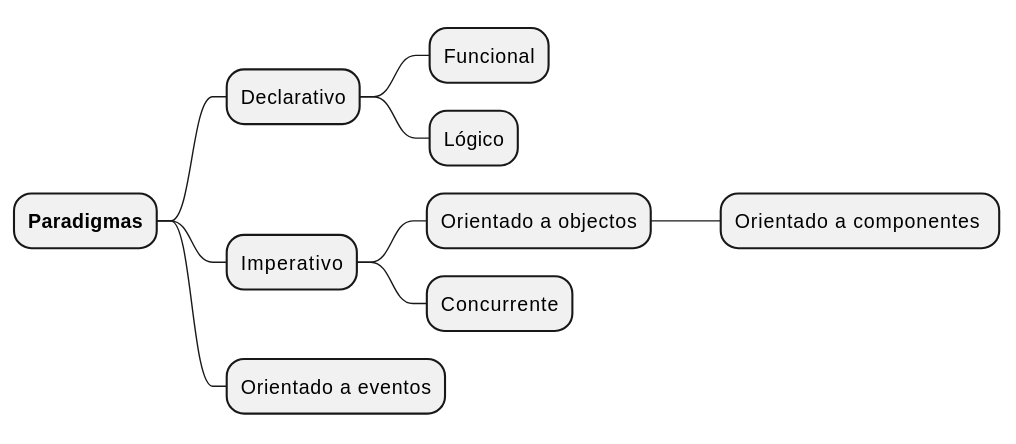
mmasias/23-24-prg1 keeps this PlantUML diagram as imagenes/modelosUML/paradigmas.svg. Above is the earlier version. Its diagram source:
```plantuml
@startmindmap

+ <b>Paradigmas</b>
++ Declarativo
+++ Funcional
+++ Lógico
++ Imperativo
+++ Orientado a objectos
++++ Orientado a componentes
+++ Concurrente
++ Orientado a eventos

@endmindmap
```
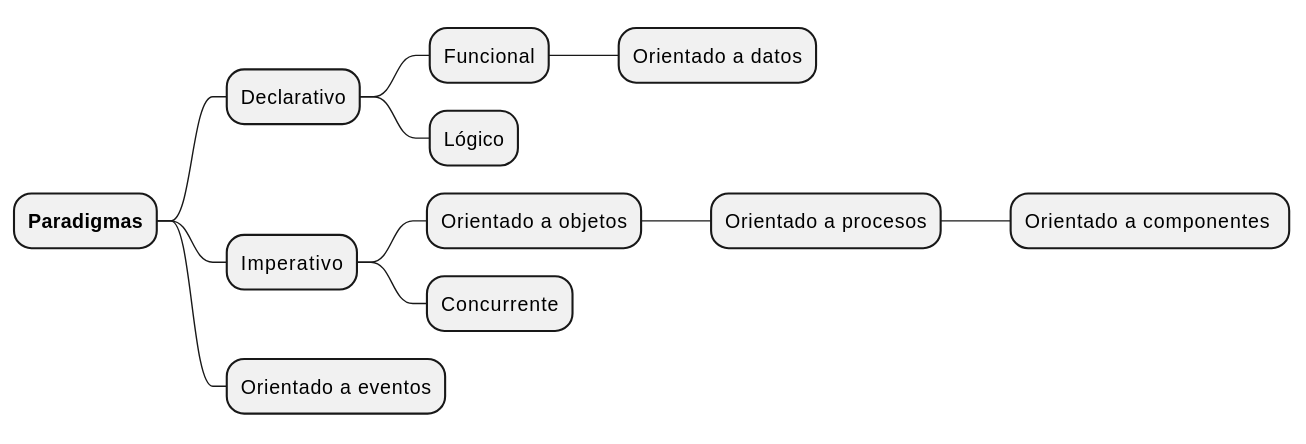
The same diagram one commit later.

The edit, as a diff of the source:
```diff
@@ -3,10 +3,12 @@
 + <b>Paradigmas</b>
 ++ Declarativo
 +++ Funcional
+++++ Orientado a datos
 +++ Lógico
 ++ Imperativo
-+++ Orientado a objectos
-++++ Orientado a componentes
++++ Orientado a objetos
+++++ Orientado a procesos
++++++ Orientado a componentes
 +++ Concurrente
 ++ Orientado a eventos
 
```
